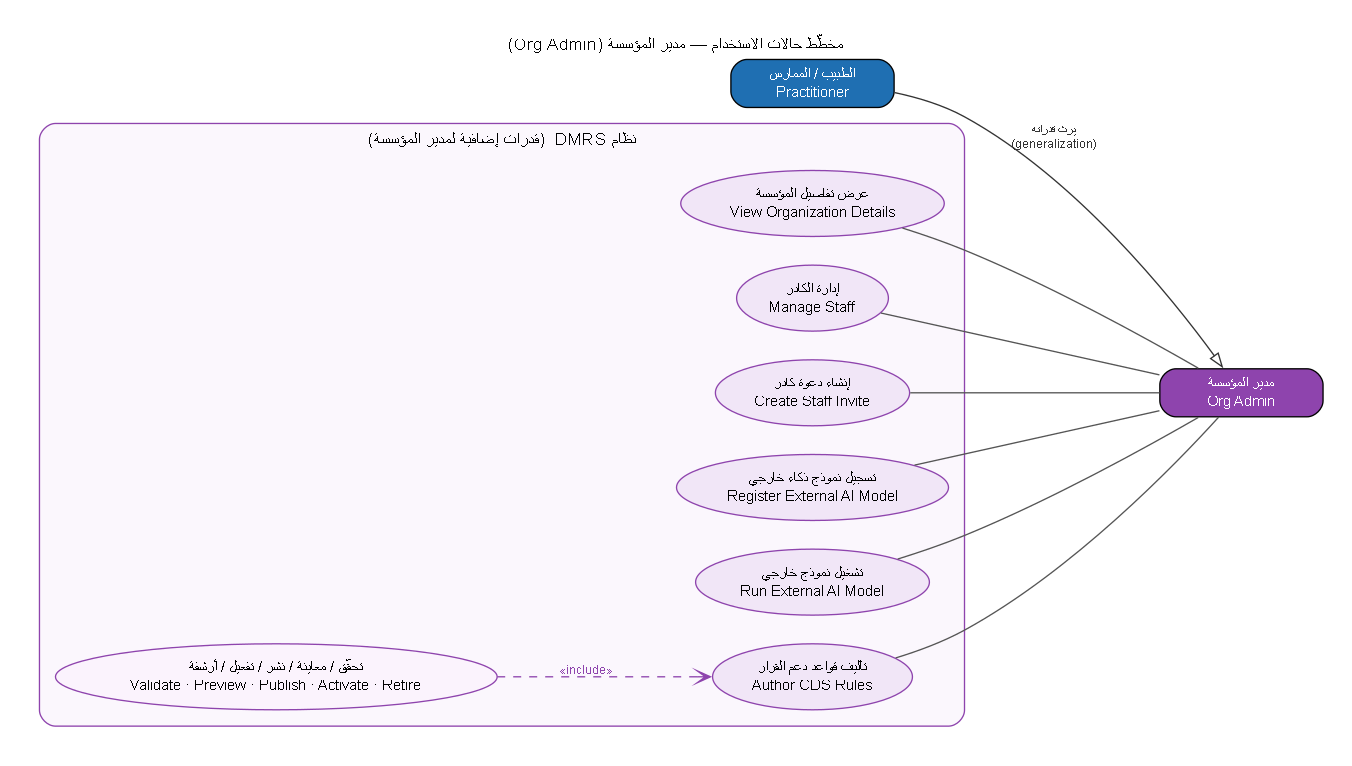
Khair69/DMRS keeps this Graphviz diagram as docs/diagrams/usecase-orgadmin.png. Above is the earlier version. Its source is kept beside it as docs/diagrams/usecase-orgadmin.dot.
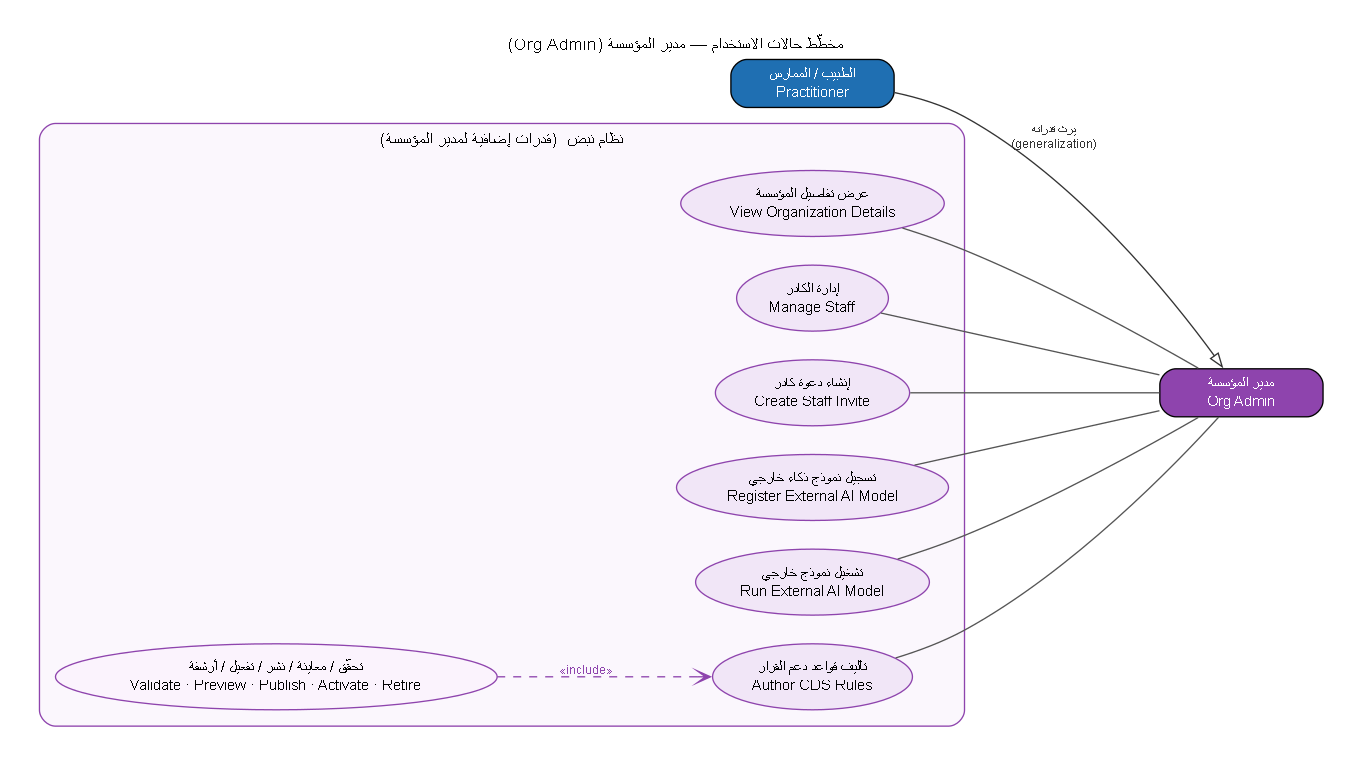
Above is the later version.

Change to the diagram source:
```diff
@@ -14,7 +14,7 @@
                          label="يرث قدراته\n(generalization)", fontcolor="#333333"];
 
   subgraph cluster_sys {
-    label="نظام DMRS  (قدرات إضافية لمدير المؤسسة)"; fontname="Arial"; fontsize=13;
+    label="نظام نبض  (قدرات إضافية لمدير المؤسسة)"; fontname="Arial"; fontsize=13;
     style="rounded"; color="#8E44AD"; bgcolor="#FBF7FD"; margin=12;
     node [shape=ellipse, style=filled, fillcolor="#F1E6F7", color="#8E44AD"];
 
```
